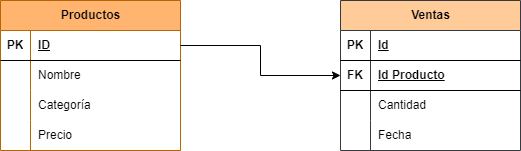
Above: tarea 4 sqlite/tarea 4 diagrama MR.drawio.png in GermanOjeda/base-datos (draw.io), before the change. Source tidied: cells renumbered, new cells last; positions are measured from the earlier drawing's top-left corner, leaving out a move shared by most shapes.
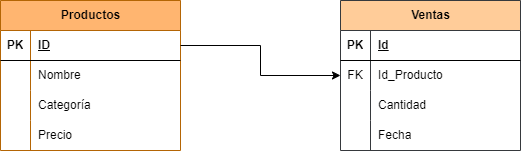
After the change.

Change to the diagram source:
```diff
@@ -53,24 +53,24 @@
     <mxCell id="18" value="Id" style="shape=partialRectangle;fillColor=none;top=0;left=0;bottom=0;right=0;align=left;spacingLeft=6;fontStyle=5;overflow=hidden;whiteSpace=wrap;html=1;" parent="16" vertex="1">
       <mxGeometry x="30" width="150" height="30" as="geometry" />
     </mxCell>
-    <mxCell id="19" style="shape=tableRow;horizontal=0;startSize=0;swimlaneHead=0;swimlaneBody=0;fillColor=none;points=[[0,0.5],[1,0.5]];portConstraint=eastwest;top=0;left=0;right=0;bottom=1;" parent="15" vertex="1">
-      <mxGeometry y="60" width="180" height="30" as="geometry" />
-    </mxCell>
-    <mxCell id="20" value="FK" style="shape=partialRectangle;fillColor=none;top=0;left=0;bottom=0;right=0;fontStyle=1;overflow=hidden;whiteSpace=wrap;html=1;" parent="19" vertex="1">
-      <mxGeometry width="30" height="30" as="geometry" />
-    </mxCell>
-    <mxCell id="21" value="&lt;div style=&quot;&quot;&gt;&lt;span style=&quot;background-color: initial;&quot;&gt;Id Producto&lt;/span&gt;&lt;/div&gt;" style="shape=partialRectangle;fillColor=none;top=0;left=0;bottom=0;right=0;align=left;spacingLeft=6;fontStyle=5;overflow=hidden;whiteSpace=wrap;html=1;" parent="19" vertex="1">
-      <mxGeometry x="30" width="150" height="30" as="geometry" />
-    </mxCell>
     <mxCell id="22" style="shape=tableRow;horizontal=0;startSize=0;swimlaneHead=0;swimlaneBody=0;fillColor=none;points=[[0,0.5],[1,0.5]];portConstraint=eastwest;top=0;left=0;right=0;bottom=0;" parent="15" vertex="1">
-      <mxGeometry y="90" width="180" height="30" as="geometry" />
+      <mxGeometry y="60" width="180" height="30" as="geometry" />
     </mxCell>
-    <mxCell id="23" style="shape=partialRectangle;fillColor=none;top=0;left=0;bottom=0;right=0;overflow=hidden;whiteSpace=wrap;html=1;" parent="22" vertex="1">
+    <mxCell id="23" value="FK" style="shape=partialRectangle;fillColor=none;top=0;left=0;bottom=0;right=0;overflow=hidden;whiteSpace=wrap;html=1;" parent="22" vertex="1">
       <mxGeometry width="30" height="30" as="geometry" />
     </mxCell>
-    <mxCell id="24" value="Cantidad" style="shape=partialRectangle;fillColor=none;top=0;left=0;bottom=0;right=0;align=left;spacingLeft=6;overflow=hidden;whiteSpace=wrap;html=1;" parent="22" vertex="1">
+    <mxCell id="24" value="Id_Producto" style="shape=partialRectangle;fillColor=none;top=0;left=0;bottom=0;right=0;align=left;spacingLeft=6;overflow=hidden;whiteSpace=wrap;html=1;" parent="22" vertex="1">
       <mxGeometry x="30" width="150" height="30" as="geometry" />
     </mxCell>
+    <mxCell id="29" style="shape=tableRow;horizontal=0;startSize=0;swimlaneHead=0;swimlaneBody=0;fillColor=none;top=0;left=0;right=0;bottom=0;" parent="15" vertex="1">
+      <mxGeometry y="90" width="180" height="30" as="geometry" />
+    </mxCell>
+    <mxCell id="30" style="shape=partialRectangle;fillColor=none;top=0;left=0;bottom=0;right=0;overflow=hidden;whiteSpace=wrap;html=1;" parent="29" vertex="1">
+      <mxGeometry width="30" height="30" as="geometry" />
+    </mxCell>
+    <mxCell id="31" value="Cantidad" style="shape=partialRectangle;fillColor=none;top=0;left=0;bottom=0;right=0;align=left;spacingLeft=6;overflow=hidden;whiteSpace=wrap;html=1;" parent="29" vertex="1">
+      <mxGeometry x="30" width="150" height="30" as="geometry" />
+    </mxCell>
     <mxCell id="25" style="shape=tableRow;horizontal=0;startSize=0;swimlaneHead=0;swimlaneBody=0;fillColor=none;top=0;left=0;right=0;bottom=0;" parent="15" vertex="1">
       <mxGeometry y="120" width="180" height="30" as="geometry" />
     </mxCell>
@@ -80,8 +80,8 @@
     <mxCell id="27" value="Fecha" style="shape=partialRectangle;fillColor=none;top=0;left=0;bottom=0;right=0;align=left;spacingLeft=6;overflow=hidden;whiteSpace=wrap;html=1;" parent="25" vertex="1">
       <mxGeometry x="30" width="150" height="30" as="geometry" />
     </mxCell>
-    <mxCell id="28" style="rounded=0;jettySize=auto;html=1;exitX=1;exitY=0.5;exitDx=0;exitDy=0;entryX=0;entryY=0.5;entryDx=0;entryDy=0;endArrow=classic;endFill=1;edgeStyle=orthogonalEdgeStyle;" parent="1" edge="1" source="3" target="19">
-      <mxGeometry relative="1" as="geometry" />
-    </mxCell>
+    <mxCell id="32" style="edgeStyle=orthogonalEdgeStyle;rounded=0;jettySize=auto;html=1;exitX=1;exitY=0.5;exitDx=0;exitDy=0;entryX=0;entryY=0.5;entryDx=0;entryDy=0;" parent="1" edge="1" source="3" target="22">
+      <mxGeometry relative="1" as="geometry" />
+    </mxCell>
   </root>
 </mxGraphModel>
```
